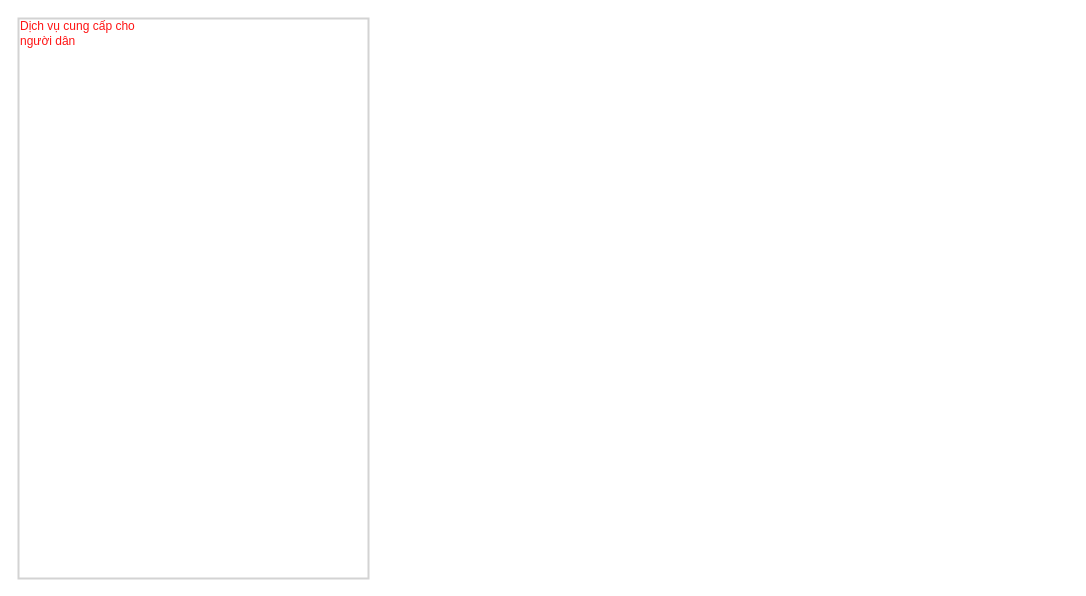
This is so-do-draw/so_do_tong_quat_smart_city.drawio from letheanh12345/Draw-io, a draw.io file, before an edit. Source tidied: cells renumbered, new cells numbered last; positions are measured from the earlier drawing's top-left corner, leaving out a move shared by most shapes. Both pictures are drawn from the tidied source at 100%, with x=0, y=0 at pixel (18, 18).
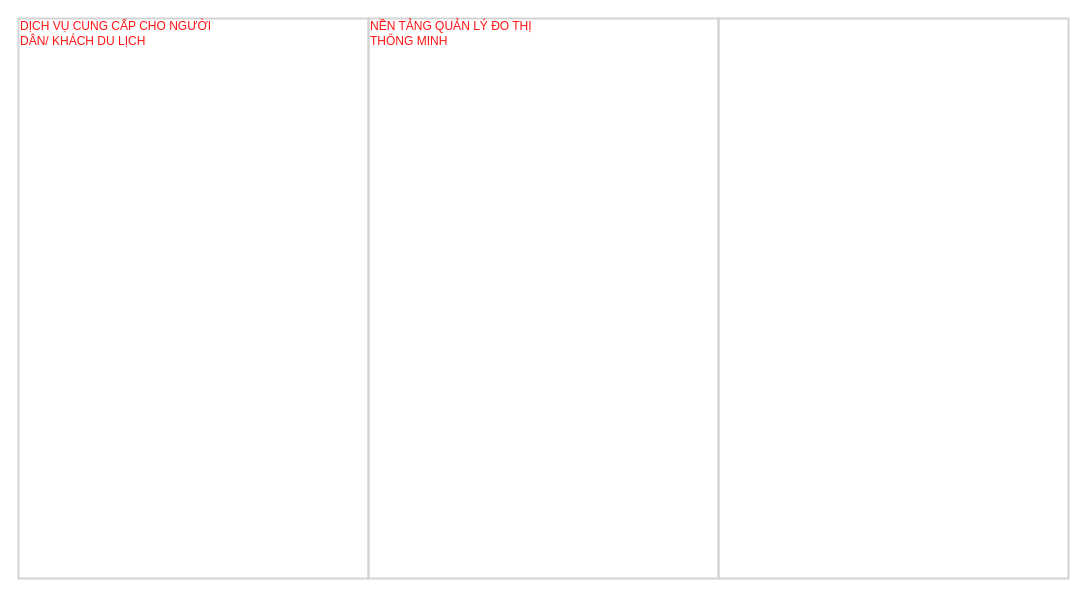
The same page after the edit.

The edit, as a diff of the source:
```diff
@@
 <mxGraphModel>
   <root>
     <mxCell id="0" />
     <mxCell id="1" parent="0" />
     <mxCell id="2" style="rounded=0;whiteSpace=wrap;html=1;fillColor=none;strokeColor=#d3d3d3;strokeWidth=2;" parent="1" vertex="1">
       <mxGeometry width="350" height="560" as="geometry" />
     </mxCell>
-    <mxCell id="3" value="&lt;font color=&quot;#ff1414&quot;&gt;Dịch vụ cung cấp cho người dân&lt;/font&gt;" style="text;html=1;strokeColor=none;fillColor=none;align=left;verticalAlign=middle;whiteSpace=wrap;rounded=0;" parent="1" vertex="1">
-      <mxGeometry width="120" height="30" as="geometry" />
+    <mxCell id="3" value="&lt;font color=&quot;#ff1414&quot;&gt;DỊCH VỤ CUNG CẤP CHO NGƯỜI DÂN/ KHÁCH DU LỊCH&lt;/font&gt;" style="text;html=1;strokeColor=none;fillColor=none;align=left;verticalAlign=middle;whiteSpace=wrap;rounded=0;" parent="1" vertex="1">
+      <mxGeometry width="220" height="30" as="geometry" />
     </mxCell>
+    <mxCell id="4" style="rounded=0;whiteSpace=wrap;html=1;fillColor=none;strokeColor=#d3d3d3;strokeWidth=2;" parent="1" vertex="1">
+      <mxGeometry x="350" width="350" height="560" as="geometry" />
+    </mxCell>
+    <mxCell id="5" style="rounded=0;whiteSpace=wrap;html=1;fillColor=none;strokeColor=#d3d3d3;strokeWidth=2;" parent="1" vertex="1">
+      <mxGeometry x="700" width="350" height="560" as="geometry" />
+    </mxCell>
+    <mxCell id="6" value="NỀN TẢNG QUẢN LÝ ĐO THỊ THÔNG MINH" style="text;html=1;strokeColor=none;fillColor=none;align=left;verticalAlign=middle;whiteSpace=wrap;rounded=0;fontColor=#FF1414;" parent="1" vertex="1">
+      <mxGeometry x="350" width="180" height="30" as="geometry" />
+    </mxCell>
   </root>
 </mxGraphModel>
```
